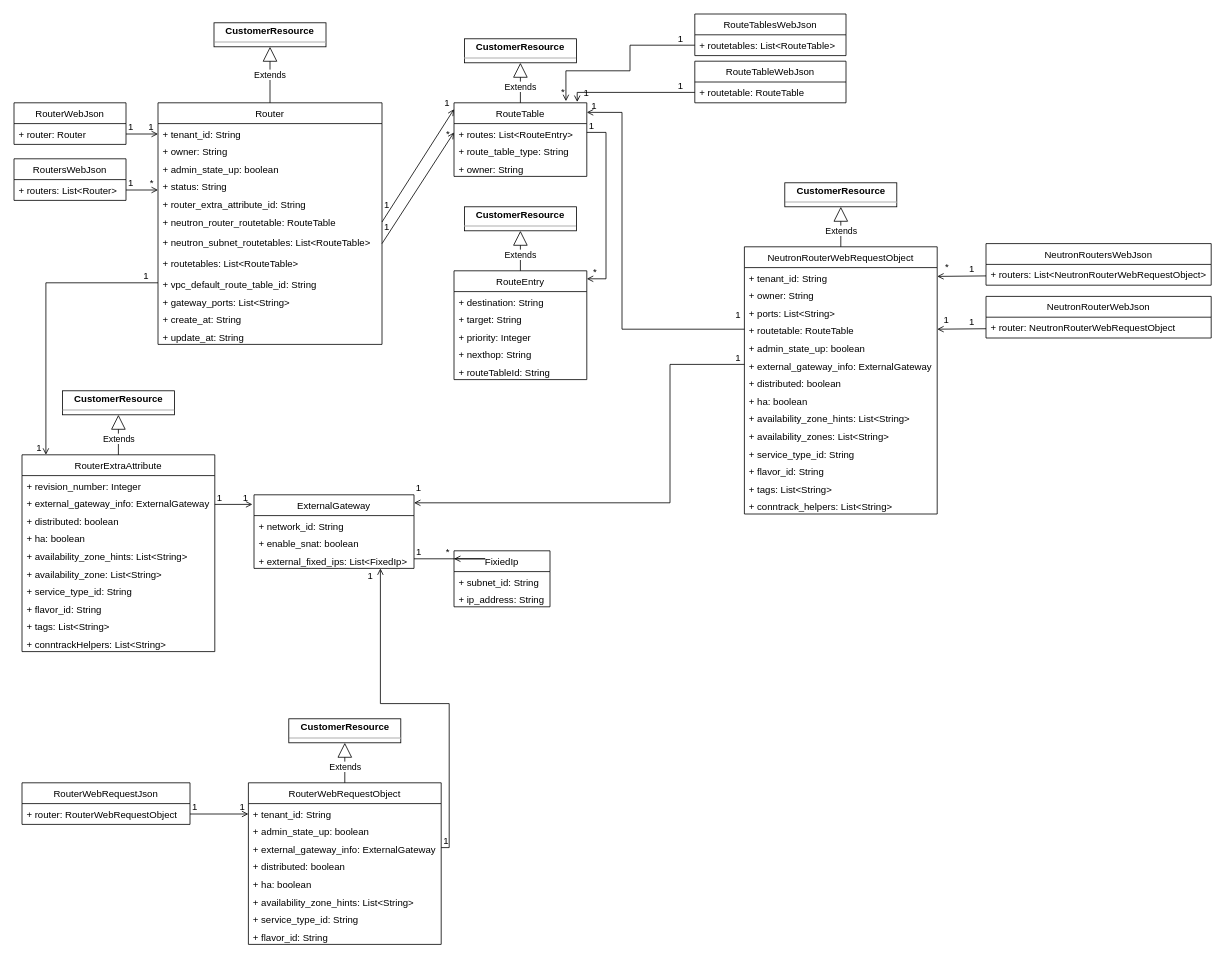
Before: route.drawio in cj-chung/diagrams, a draw.io diagram. Source tidied: cells renumbered, new cells numbered last; positions are measured from the earlier drawing's top-left corner, leaving out a move shared by most shapes. Both pictures are drawn from the tidied source at 80%, with x=0, y=0 at pixel (14, 14).
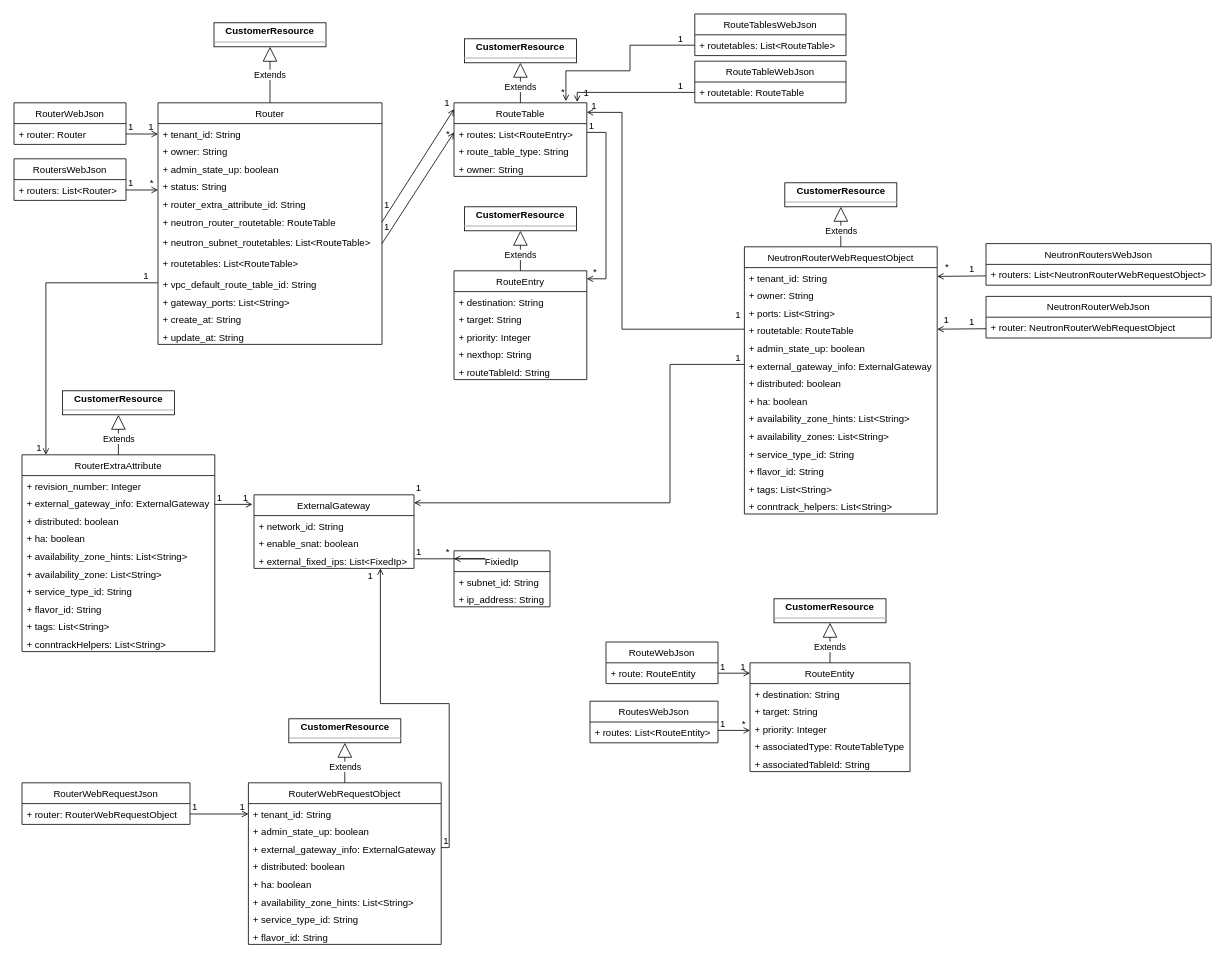
Above is the later version.

The edit, as a diff of the source:
```diff
@@
+    <mxCell id="141" value="RouteEntity" style="swimlane;fontStyle=0;horizontal=1;startSize=26;fillColor=none;" parent="1" vertex="1">
+      <mxGeometry x="920" y="811" width="200" height="136" as="geometry" />
+    </mxCell>
+    <mxCell id="142" value="+ destination: String&#10;" style="text;strokeColor=none;fillColor=none;align=left;verticalAlign=top;spacingLeft=4;spacingRight=4;overflow=hidden;" parent="141" vertex="1">
+      <mxGeometry y="26" width="200" height="22" as="geometry" />
+    </mxCell>
+    <mxCell id="143" value="+ target: String&#10;" style="text;strokeColor=none;fillColor=none;align=left;verticalAlign=top;spacingLeft=4;spacingRight=4;overflow=hidden;" parent="141" vertex="1">
+      <mxGeometry y="48" width="200" height="22" as="geometry" />
+    </mxCell>
+    <mxCell id="144" value="+ priority: Integer&#10;" style="text;strokeColor=none;fillColor=none;align=left;verticalAlign=top;spacingLeft=4;spacingRight=4;overflow=hidden;" parent="141" vertex="1">
+      <mxGeometry y="70" width="200" height="22" as="geometry" />
+    </mxCell>
+    <mxCell id="145" value="+ associatedType: RouteTableType&#10;" style="text;strokeColor=none;fillColor=none;align=left;verticalAlign=top;spacingLeft=4;spacingRight=4;overflow=hidden;" parent="141" vertex="1">
+      <mxGeometry y="92" width="200" height="22" as="geometry" />
+    </mxCell>
+    <mxCell id="146" value="+ associatedTableId: String&#10;" style="text;strokeColor=none;fillColor=none;align=left;verticalAlign=top;spacingLeft=4;spacingRight=4;overflow=hidden;" parent="141" vertex="1">
+      <mxGeometry y="114" width="200" height="22" as="geometry" />
+    </mxCell>
+    <mxCell id="147" value="Extends" style="endArrow=block;endSize=16;endFill=0;html=1;exitX=0.5;exitY=0;exitDx=0;exitDy=0;entryX=0.5;entryY=1;entryDx=0;entryDy=0;" parent="1" edge="1" source="141" target="148">
+      <mxGeometry x="-0.2" relative="1" as="geometry" />
+    </mxCell>
+    <mxCell id="148" value="&lt;p style=&quot;margin: 0px ; margin-top: 4px ; text-align: center&quot;&gt;&lt;b&gt;CustomerResource&lt;/b&gt;&lt;/p&gt;&lt;hr size=&quot;1&quot;&gt;&lt;div style=&quot;height: 2px&quot;&gt;&lt;/div&gt;" style="verticalAlign=top;align=left;overflow=fill;fontSize=12;fontFamily=Helvetica;html=1;" parent="1" vertex="1">
+      <mxGeometry x="950" y="731" width="140" height="30" as="geometry" />
+    </mxCell>
+    <mxCell id="149" value="RouteWebJson" style="swimlane;fontStyle=0;horizontal=1;startSize=26;fillColor=none;" parent="1" vertex="1">
+      <mxGeometry x="740" y="785" width="140" height="52" as="geometry" />
+    </mxCell>
+    <mxCell id="150" value="+ route: RouteEntity" style="text;strokeColor=none;fillColor=none;align=left;verticalAlign=top;spacingLeft=4;spacingRight=4;overflow=hidden;points=[[0,0.5],[1,0.5]];portConstraint=eastwest;" parent="149" vertex="1">
+      <mxGeometry y="26" width="140" height="26" as="geometry" />
+    </mxCell>
+    <mxCell id="151" style="endArrow=open;shadow=0;strokeWidth=1;rounded=0;endFill=1;edgeStyle=elbowEdgeStyle;elbow=vertical;" parent="1" edge="1" source="150">
+      <mxGeometry x="0.5" y="41" relative="1" as="geometry">
+        <mxPoint x="920" y="824" as="targetPoint" />
+        <Array as="points">
+          <mxPoint x="890" y="824" />
+          <mxPoint x="880" y="845" />
+          <mxPoint x="900" y="824" />
+          <mxPoint x="890" y="804" />
+          <mxPoint x="910" y="750" />
+        </Array>
+        <mxPoint x="-40" y="32" as="offset" />
+      </mxGeometry>
+    </mxCell>
+    <mxCell id="152" value="1" style="align=left;verticalAlign=bottom;labelBackgroundColor=none;fontSize=12;" parent="151" vertex="1">
+      <mxGeometry x="-1" relative="1" as="geometry">
+        <mxPoint x="1" as="offset" />
+      </mxGeometry>
+    </mxCell>
+    <mxCell id="153" value="1" style="align=right;verticalAlign=bottom;labelBackgroundColor=none;fontSize=12;" parent="151" vertex="1">
+      <mxGeometry x="1" relative="1" as="geometry">
+        <mxPoint x="-4" as="offset" />
+      </mxGeometry>
+    </mxCell>
+    <mxCell id="154" value="RoutesWebJson" style="swimlane;fontStyle=0;horizontal=1;startSize=26;fillColor=none;" parent="1" vertex="1">
+      <mxGeometry x="720" y="859" width="160" height="52" as="geometry" />
+    </mxCell>
+    <mxCell id="155" value="+ routes: List&lt;RouteEntity&gt;" style="text;strokeColor=none;fillColor=none;align=left;verticalAlign=top;spacingLeft=4;spacingRight=4;overflow=hidden;" parent="154" vertex="1">
+      <mxGeometry y="26" width="160" height="26" as="geometry" />
+    </mxCell>
+    <mxCell id="156" style="endArrow=open;shadow=0;strokeWidth=1;rounded=0;endFill=1;edgeStyle=elbowEdgeStyle;elbow=vertical;" parent="1" edge="1">
+      <mxGeometry x="0.5" y="41" relative="1" as="geometry">
+        <mxPoint x="880" y="895.5" as="sourcePoint" />
+        <mxPoint x="920" y="895.5" as="targetPoint" />
+        <Array as="points">
+          <mxPoint x="890" y="895.5" />
+          <mxPoint x="880" y="916.5" />
+          <mxPoint x="900" y="895.5" />
+          <mxPoint x="890" y="875.5" />
+          <mxPoint x="910" y="821.5" />
+        </Array>
+        <mxPoint x="-40" y="32" as="offset" />
+      </mxGeometry>
+    </mxCell>
+    <mxCell id="157" value="1" style="align=left;verticalAlign=bottom;labelBackgroundColor=none;fontSize=12;" parent="156" vertex="1">
+      <mxGeometry x="-1" relative="1" as="geometry">
+        <mxPoint x="1" as="offset" />
+      </mxGeometry>
+    </mxCell>
+    <mxCell id="158" value="*" style="align=right;verticalAlign=bottom;labelBackgroundColor=none;fontSize=12;" parent="156" vertex="1">
+      <mxGeometry x="1" relative="1" as="geometry">
+        <mxPoint x="-4" as="offset" />
+      </mxGeometry>
+    </mxCell>
```
